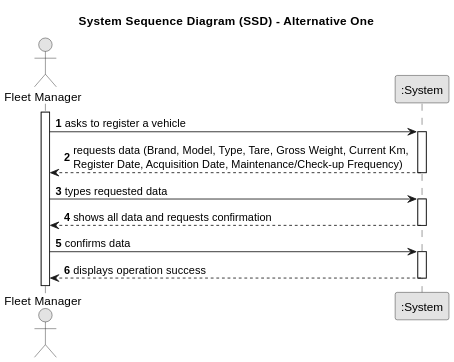
This is docs/sprint2/us006/01.requirements-engineering/svg/us006-system-sequence-diagram-alternative-one.svg from tiagosoa/lei-24-s2-1dgh-g073, a PlantUML export, as it was before one commit.
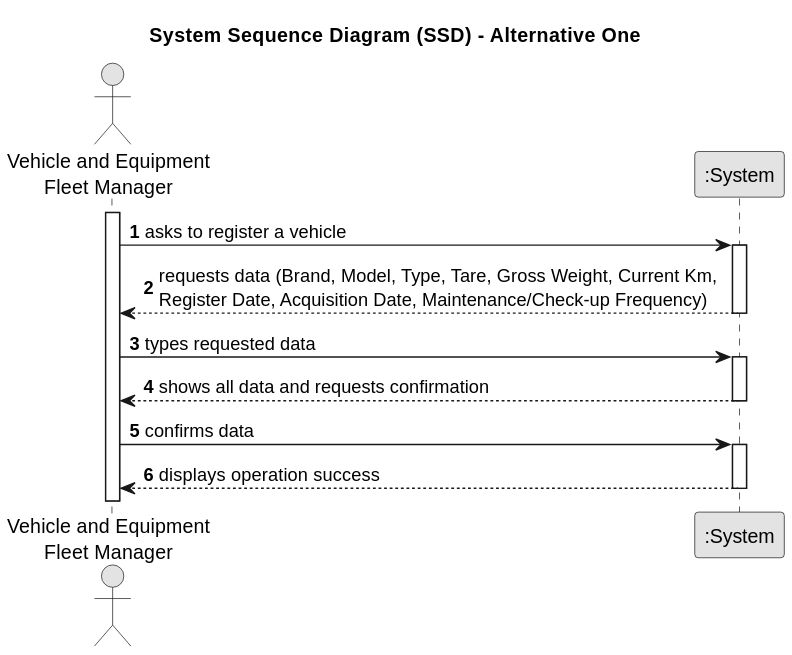
After the change.

The edit, as a diff of the source:
```diff
@@ -7,7 +7,7 @@
 
 autonumber
 
-actor "Fleet Manager" as Employee
+actor "Vehicle and Equipment\nFleet Manager" as Employee
 participant ":System" as System
 
 activate Employee
```
